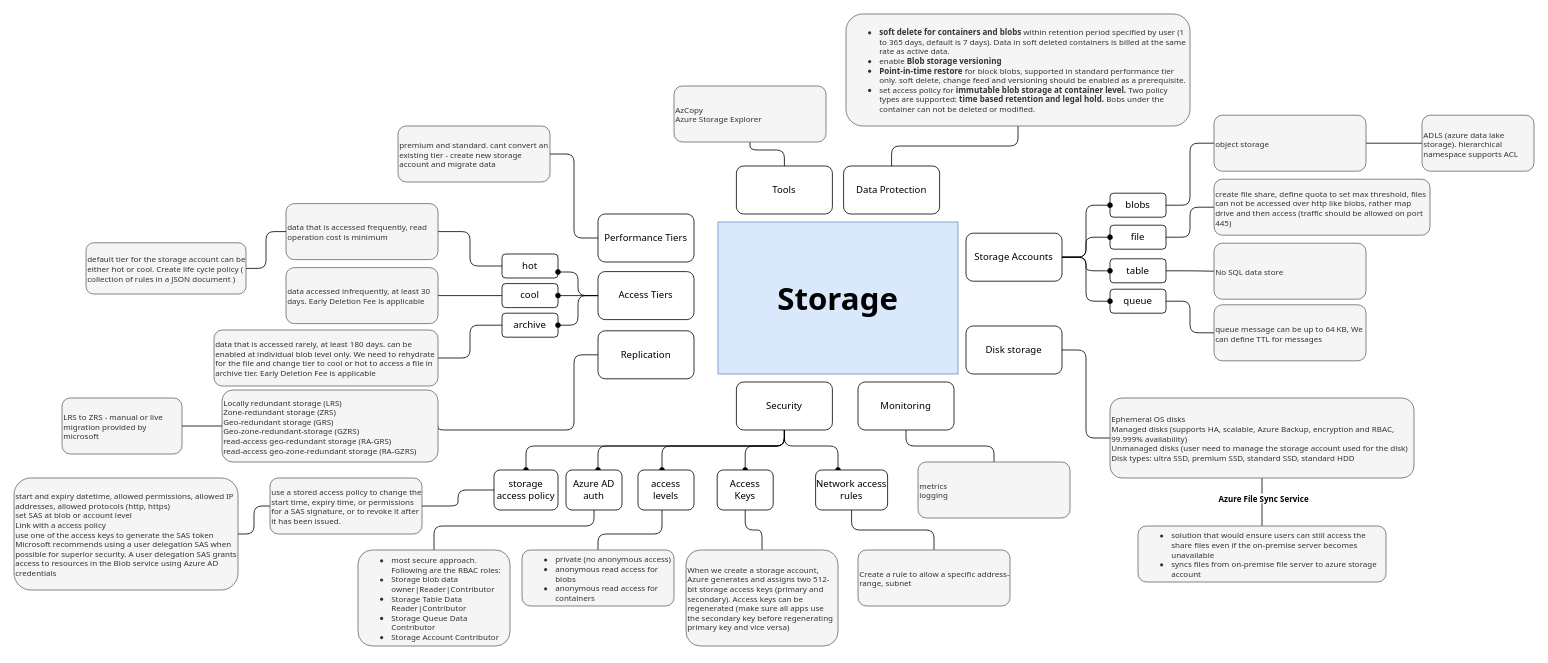
Above: page "Storage" (2 of 10) of GCP Mind Maps.drawio in kanchantewary/MindMaps (draw.io), before the change. Source tidied: cells renumbered, new cells numbered last; positions are measured from the earlier drawing's top-left corner, leaving out a move shared by most shapes. Both pictures are drawn from the tidied source at 80%, with x=0, y=0 at pixel (14, 14).
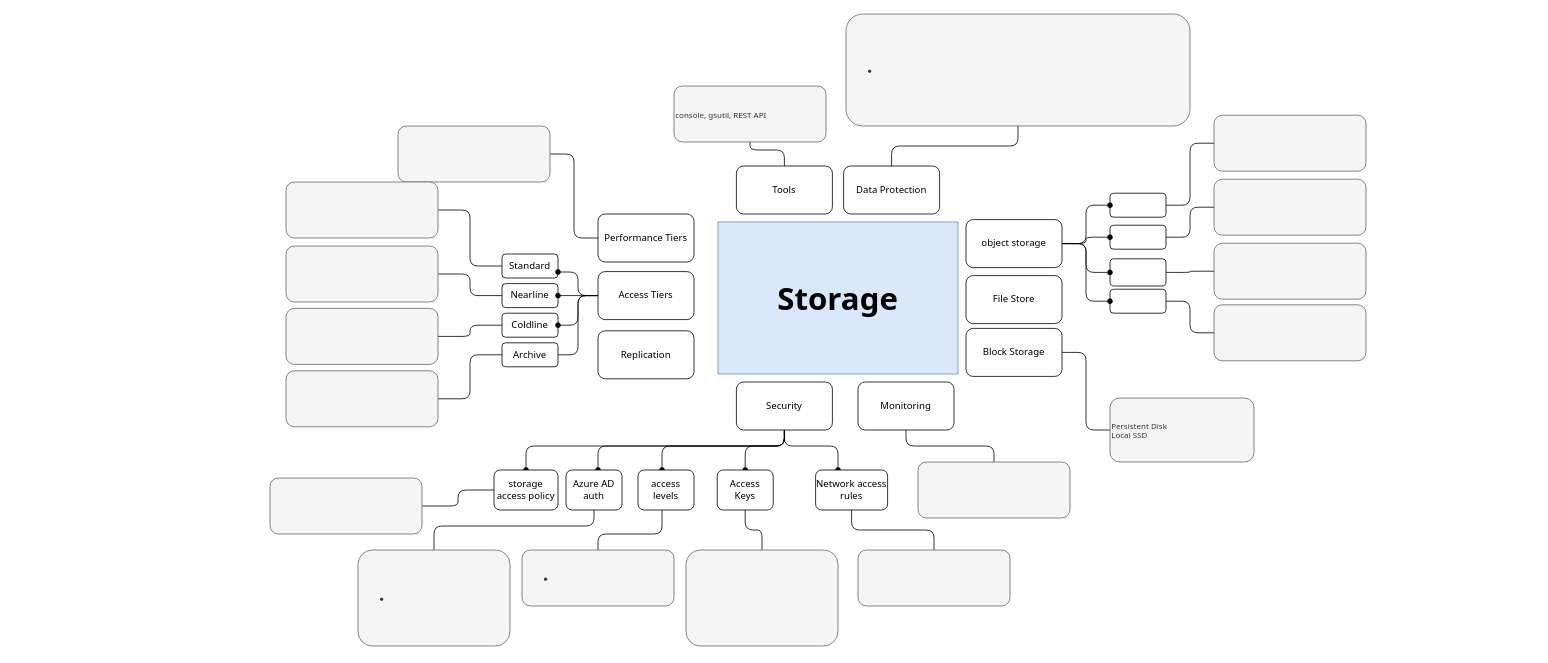
After the change.

Unchanged cells that the change refers to:
```xml
<mxCell id="36" value="Replication" style="rounded=1;whiteSpace=wrap;html=1;fontFamily=Tahoma;" parent="1" vertex="1">
  <mxGeometry x="730" y="396" width="120" height="60" as="geometry" />
</mxCell>
<mxCell id="40" value="Access Tiers" style="rounded=1;whiteSpace=wrap;html=1;fontFamily=Tahoma;" parent="1" vertex="1">
  <mxGeometry x="730" y="322" width="120" height="60" as="geometry" />
</mxCell>
```

The edit, as a diff of the source:
```diff
@@
-    <mxCell id="3" value="hot" style="rounded=1;whiteSpace=wrap;html=1;fontFamily=Tahoma;" parent="1" vertex="1">
+    <mxCell id="3" value="Standard" style="rounded=1;whiteSpace=wrap;html=1;fontFamily=Tahoma;" parent="1" vertex="1">
       <mxGeometry x="610" y="300" width="70" height="30" as="geometry" />
     </mxCell>
@@
-    <mxCell id="5" value="cool" style="rounded=1;whiteSpace=wrap;html=1;fontFamily=Tahoma;" parent="1" vertex="1">
+    <mxCell id="5" value="Nearline" style="rounded=1;whiteSpace=wrap;html=1;fontFamily=Tahoma;" parent="1" vertex="1">
       <mxGeometry x="610" y="337" width="70" height="30" as="geometry" />
     </mxCell>
@@
-    <mxCell id="7" value="archive" style="rounded=1;whiteSpace=wrap;html=1;fontFamily=Tahoma;" parent="1" vertex="1">
+    <mxCell id="7" value="Coldline" style="rounded=1;whiteSpace=wrap;html=1;fontFamily=Tahoma;" parent="1" vertex="1">
       <mxGeometry x="610" y="374" width="70" height="30" as="geometry" />
     </mxCell>
@@
-    <mxCell id="9" value="table" style="rounded=1;whiteSpace=wrap;html=1;fontFamily=Tahoma;" parent="1" vertex="1">
-      <mxGeometry x="1370" y="306" width="70" height="30" as="geometry" />
+    <mxCell id="9" style="rounded=1;whiteSpace=wrap;html=1;fontFamily=Tahoma;" parent="1" vertex="1">
+      <mxGeometry x="1370" y="306" width="70" height="34" as="geometry" />
     </mxCell>
@@
-    <mxCell id="11" value="file" style="rounded=1;whiteSpace=wrap;html=1;fontFamily=Tahoma;" parent="1" vertex="1">
+    <mxCell id="11" style="rounded=1;whiteSpace=wrap;html=1;fontFamily=Tahoma;" parent="1" vertex="1">
       <mxGeometry x="1370" y="264" width="70" height="30" as="geometry" />
     </mxCell>
@@
-    <mxCell id="13" value="blobs" style="rounded=1;whiteSpace=wrap;html=1;fontFamily=Tahoma;" parent="1" vertex="1">
+    <mxCell id="13" style="rounded=1;whiteSpace=wrap;html=1;fontFamily=Tahoma;" parent="1" vertex="1">
       <mxGeometry x="1370" y="224" width="70" height="30" as="geometry" />
     </mxCell>
@@
-    <mxCell id="15" value="queue" style="rounded=1;whiteSpace=wrap;html=1;fontFamily=Tahoma;" parent="1" vertex="1">
+    <mxCell id="15" style="rounded=1;whiteSpace=wrap;html=1;fontFamily=Tahoma;" parent="1" vertex="1">
       <mxGeometry x="1370" y="344" width="70" height="30" as="geometry" />
     </mxCell>
@@
-    <mxCell id="17" value="Disk storage" style="rounded=1;whiteSpace=wrap;html=1;fontFamily=Tahoma;" parent="1" vertex="1">
-      <mxGeometry x="1190" y="390" width="120" height="60" as="geometry" />
+    <mxCell id="17" value="Block Storage" style="rounded=1;whiteSpace=wrap;html=1;fontFamily=Tahoma;" parent="1" vertex="1">
+      <mxGeometry x="1190" y="393" width="120" height="60" as="geometry" />
     </mxCell>
@@
-    <mxCell id="24" value="Storage Accounts" style="rounded=1;whiteSpace=wrap;html=1;fontFamily=Tahoma;" parent="1" vertex="1">
-      <mxGeometry x="1190" y="274" width="120" height="60" as="geometry" />
+    <mxCell id="24" value="object storage" style="rounded=1;whiteSpace=wrap;html=1;fontFamily=Tahoma;" parent="1" vertex="1">
+      <mxGeometry x="1190" y="257" width="120" height="60" as="geometry" />
     </mxCell>
@@
-    <mxCell id="35" style="edgeStyle=orthogonalEdgeStyle;rounded=1;jettySize=auto;html=1;entryX=1;entryY=0.5;entryDx=0;entryDy=0;fontFamily=Tahoma;fontSize=10;endArrow=none;endFill=0;" parent="1" edge="1" source="36" target="75">
-      <mxGeometry relative="1" as="geometry">
-        <Array as="points">
-          <mxPoint x="700" y="426" />
-          <mxPoint x="700" y="520" />
-          <mxPoint x="530" y="520" />
-        </Array>
-      </mxGeometry>
-    </mxCell>
@@
+    <mxCell id="83" style="edgeStyle=orthogonalEdgeStyle;rounded=1;jettySize=auto;html=1;entryX=1;entryY=0.5;entryDx=0;entryDy=0;fontFamily=Tahoma;fontSize=10;endArrow=none;endFill=0;" parent="1" edge="1" source="40" target="86">
+      <mxGeometry relative="1" as="geometry" />
+    </mxCell>
@@
-    <mxCell id="54" value="&lt;ul&gt;&lt;li&gt;private (no anonymous access)&lt;/li&gt;&lt;li&gt;anonymous read access for blobs&lt;/li&gt;&lt;li&gt;anonymous read access for containers&lt;/li&gt;&lt;/ul&gt;" style="text;html=1;strokeColor=#666666;fillColor=#f5f5f5;align=left;verticalAlign=middle;whiteSpace=wrap;rounded=1;fontFamily=Tahoma;fontSize=10;fontColor=#333333;" parent="1" vertex="1">
+    <mxCell id="54" value="&lt;ul&gt;&lt;li&gt;&lt;br&gt;&lt;/li&gt;&lt;/ul&gt;" style="text;html=1;strokeColor=#666666;fillColor=#f5f5f5;align=left;verticalAlign=middle;whiteSpace=wrap;rounded=1;fontFamily=Tahoma;fontSize=10;fontColor=#333333;" parent="1" vertex="1">
       <mxGeometry x="635" y="670" width="190" height="70" as="geometry" />
     </mxCell>
-    <mxCell id="55" value="When we create a storage account, Azure generates and assigns two 512-bit storage access keys (primary and secondary). Access keys can be regenerated (make sure all apps use the secondary key before regenerating primary key and vice versa)&amp;nbsp;" style="text;html=1;strokeColor=#666666;fillColor=#f5f5f5;align=left;verticalAlign=middle;whiteSpace=wrap;rounded=1;fontFamily=Tahoma;fontSize=10;fontColor=#333333;" parent="1" vertex="1">
+    <mxCell id="55" style="text;html=1;strokeColor=#666666;fillColor=#f5f5f5;align=left;verticalAlign=middle;whiteSpace=wrap;rounded=1;fontFamily=Tahoma;fontSize=10;fontColor=#333333;" parent="1" vertex="1">
       <mxGeometry x="840" y="670" width="190" height="120" as="geometry" />
     </mxCell>
-    <mxCell id="56" value="Create a rule to allow a specific address-range, subnet" style="text;html=1;strokeColor=#666666;fillColor=#f5f5f5;align=left;verticalAlign=middle;whiteSpace=wrap;rounded=1;fontFamily=Tahoma;fontSize=10;fontColor=#333333;" parent="1" vertex="1">
+    <mxCell id="56" style="text;html=1;strokeColor=#666666;fillColor=#f5f5f5;align=left;verticalAlign=middle;whiteSpace=wrap;rounded=1;fontFamily=Tahoma;fontSize=10;fontColor=#333333;" parent="1" vertex="1">
       <mxGeometry x="1055" y="670" width="190" height="70" as="geometry" />
     </mxCell>
-    <mxCell id="57" value="metrics&lt;br&gt;logging" style="text;html=1;strokeColor=#666666;fillColor=#f5f5f5;align=left;verticalAlign=middle;whiteSpace=wrap;rounded=1;fontFamily=Tahoma;fontSize=10;fontColor=#333333;" parent="1" vertex="1">
+    <mxCell id="57" style="text;html=1;strokeColor=#666666;fillColor=#f5f5f5;align=left;verticalAlign=middle;whiteSpace=wrap;rounded=1;fontFamily=Tahoma;fontSize=10;fontColor=#333333;" parent="1" vertex="1">
       <mxGeometry x="1130" y="560" width="190" height="70" as="geometry" />
     </mxCell>
-    <mxCell id="58" style="edgeStyle=orthogonalEdgeStyle;rounded=1;jettySize=auto;html=1;fontFamily=Tahoma;fontSize=10;endArrow=none;endFill=0;" parent="1" edge="1" source="60" target="80">
-      <mxGeometry relative="1" as="geometry" />
-    </mxCell>
-    <mxCell id="59" value="&lt;strong&gt;Azure File Sync Service&lt;/strong&gt;" style="edgeLabel;html=1;align=center;verticalAlign=middle;fontSize=10;fontFamily=Tahoma;" parent="58" vertex="1">
-      <mxGeometry x="-0.2" y="1" relative="1" as="geometry" />
-    </mxCell>
-    <mxCell id="60" value="&lt;div&gt;Ephemeral OS disks&lt;/div&gt;&lt;div&gt;Managed disks (supports HA, scalable, Azure Backup, encryption and RBAC, 99.999% availability)&lt;/div&gt;&lt;div&gt;Unmanaged disks (user need to manage the storage account used for the disk)&lt;/div&gt;&lt;div&gt;Disk types: ultra SSD, premium SSD, standard SSD, standard HDD&lt;/div&gt;" style="text;html=1;strokeColor=#666666;fillColor=#f5f5f5;align=left;verticalAlign=middle;whiteSpace=wrap;rounded=1;fontFamily=Tahoma;fontSize=10;fontColor=#333333;" parent="1" vertex="1">
-      <mxGeometry x="1370" y="480" width="380" height="100" as="geometry" />
+    <mxCell id="60" value="Persistent Disk&lt;br&gt;Local SSD" style="text;html=1;strokeColor=#666666;fillColor=#f5f5f5;align=left;verticalAlign=middle;whiteSpace=wrap;rounded=1;fontFamily=Tahoma;fontSize=10;fontColor=#333333;" parent="1" vertex="1">
+      <mxGeometry x="1370" y="480" width="180" height="80" as="geometry" />
     </mxCell>
-    <mxCell id="61" value="No SQL data store" style="text;html=1;strokeColor=#666666;fillColor=#f5f5f5;align=left;verticalAlign=middle;whiteSpace=wrap;rounded=1;fontFamily=Tahoma;fontSize=10;fontColor=#333333;" parent="1" vertex="1">
+    <mxCell id="61" style="text;html=1;strokeColor=#666666;fillColor=#f5f5f5;align=left;verticalAlign=middle;whiteSpace=wrap;rounded=1;fontFamily=Tahoma;fontSize=10;fontColor=#333333;" parent="1" vertex="1">
       <mxGeometry x="1500" y="286.5" width="190" height="70" as="geometry" />
     </mxCell>
-    <mxCell id="62" value="&lt;div&gt;create file share, define quota to set max threshold,&amp;nbsp;&lt;span&gt;files can not be accessed over http like blobs, rather map drive and then access (traffic should be allowed on port 445)&lt;/span&gt;&lt;/div&gt;" style="text;html=1;strokeColor=#666666;fillColor=#f5f5f5;align=left;verticalAlign=middle;whiteSpace=wrap;rounded=1;fontFamily=Tahoma;fontSize=10;fontColor=#333333;" parent="1" vertex="1">
-      <mxGeometry x="1500" y="206.5" width="270" height="70" as="geometry" />
+    <mxCell id="62" style="text;html=1;strokeColor=#666666;fillColor=#f5f5f5;align=left;verticalAlign=middle;whiteSpace=wrap;rounded=1;fontFamily=Tahoma;fontSize=10;fontColor=#333333;" parent="1" vertex="1">
+      <mxGeometry x="1500" y="206.5" width="190" height="70" as="geometry" />
     </mxCell>
-    <mxCell id="63" style="edgeStyle=orthogonalEdgeStyle;rounded=1;jettySize=auto;html=1;fontFamily=Tahoma;fontSize=10;endArrow=none;endFill=0;" parent="1" edge="1" source="64" target="81">
-      <mxGeometry relative="1" as="geometry" />
-    </mxCell>
-    <mxCell id="64" value="object storage" style="text;html=1;strokeColor=#666666;fillColor=#f5f5f5;align=left;verticalAlign=middle;whiteSpace=wrap;rounded=1;fontFamily=Tahoma;fontSize=10;fontColor=#333333;" parent="1" vertex="1">
+    <mxCell id="64" style="text;html=1;strokeColor=#666666;fillColor=#f5f5f5;align=left;verticalAlign=middle;whiteSpace=wrap;rounded=1;fontFamily=Tahoma;fontSize=10;fontColor=#333333;" parent="1" vertex="1">
       <mxGeometry x="1500" y="126.5" width="190" height="70" as="geometry" />
     </mxCell>
-    <mxCell id="65" value="premium and standard.&amp;nbsp;&lt;span&gt;cant convert an existing tier - create&amp;nbsp;&lt;/span&gt;&lt;span&gt;new storage account and migrate data&lt;/span&gt;&lt;span&gt;&lt;br&gt;&lt;/span&gt;" style="text;html=1;strokeColor=#666666;fillColor=#f5f5f5;align=left;verticalAlign=middle;whiteSpace=wrap;rounded=1;fontFamily=Tahoma;fontSize=10;fontColor=#333333;" parent="1" vertex="1">
+    <mxCell id="65" value="&lt;span&gt;&lt;br&gt;&lt;/span&gt;" style="text;html=1;strokeColor=#666666;fillColor=#f5f5f5;align=left;verticalAlign=middle;whiteSpace=wrap;rounded=1;fontFamily=Tahoma;fontSize=10;fontColor=#333333;" parent="1" vertex="1">
       <mxGeometry x="480" y="140" width="190" height="70" as="geometry" />
     </mxCell>
-    <mxCell id="66" value="data that is accessed frequently, read operation cost is minimum" style="text;html=1;strokeColor=#666666;fillColor=#f5f5f5;align=left;verticalAlign=middle;whiteSpace=wrap;rounded=1;fontFamily=Tahoma;fontSize=10;fontColor=#333333;" parent="1" vertex="1">
-      <mxGeometry x="340" y="237" width="190" height="70" as="geometry" />
+    <mxCell id="66" style="text;html=1;strokeColor=#666666;fillColor=#f5f5f5;align=left;verticalAlign=middle;whiteSpace=wrap;rounded=1;fontFamily=Tahoma;fontSize=10;fontColor=#333333;" parent="1" vertex="1">
+      <mxGeometry x="340" y="210" width="190" height="70" as="geometry" />
     </mxCell>
-    <mxCell id="67" value="data accessed infrequently, at least 30 days.&amp;nbsp;Early Deletion Fee is applicable" style="text;html=1;strokeColor=#666666;fillColor=#f5f5f5;align=left;verticalAlign=middle;whiteSpace=wrap;rounded=1;fontFamily=Tahoma;fontSize=10;fontColor=#333333;" parent="1" vertex="1">
-      <mxGeometry x="340" y="317" width="190" height="70" as="geometry" />
+    <mxCell id="67" style="text;html=1;strokeColor=#666666;fillColor=#f5f5f5;align=left;verticalAlign=middle;whiteSpace=wrap;rounded=1;fontFamily=Tahoma;fontSize=10;fontColor=#333333;" parent="1" vertex="1">
+      <mxGeometry x="340" y="290" width="190" height="70" as="geometry" />
     </mxCell>
-    <mxCell id="68" value="data that is accessed rarely, at least 180 days. can be enabled at individual blob level only. We need to rehydrate for the file and change tier to cool or hot to access a file in archive tier.&amp;nbsp;Early Deletion Fee is applicable" style="text;html=1;strokeColor=#666666;fillColor=#f5f5f5;align=left;verticalAlign=middle;whiteSpace=wrap;rounded=1;fontFamily=Tahoma;fontSize=10;fontColor=#333333;" parent="1" vertex="1">
-      <mxGeometry x="250" y="395" width="280" height="70" as="geometry" />
+    <mxCell id="68" style="text;html=1;strokeColor=#666666;fillColor=#f5f5f5;align=left;verticalAlign=middle;whiteSpace=wrap;rounded=1;fontFamily=Tahoma;fontSize=10;fontColor=#333333;" parent="1" vertex="1">
+      <mxGeometry x="340" y="368" width="190" height="70" as="geometry" />
     </mxCell>
-    <mxCell id="69" value="AzCopy&lt;br&gt;Azure Storage Explorer" style="text;html=1;strokeColor=#666666;fillColor=#f5f5f5;align=left;verticalAlign=middle;whiteSpace=wrap;rounded=1;fontFamily=Tahoma;fontSize=10;fontColor=#333333;" parent="1" vertex="1">
+    <mxCell id="69" value="console, gsutil, REST API" style="text;html=1;strokeColor=#666666;fillColor=#f5f5f5;align=left;verticalAlign=middle;whiteSpace=wrap;rounded=1;fontFamily=Tahoma;fontSize=10;fontColor=#333333;" parent="1" vertex="1">
       <mxGeometry x="825" y="90" width="190" height="70" as="geometry" />
     </mxCell>
-    <mxCell id="70" style="edgeStyle=orthogonalEdgeStyle;rounded=1;jettySize=auto;html=1;fontFamily=Tahoma;fontSize=10;endArrow=none;endFill=0;" parent="1" edge="1" source="71" target="82">
-      <mxGeometry relative="1" as="geometry" />
-    </mxCell>
-    <mxCell id="71" value="use a stored access policy to change the start time, expiry time, or permissions for a SAS signature, or to revoke it after it has been issued." style="text;html=1;strokeColor=#666666;fillColor=#f5f5f5;align=left;verticalAlign=middle;whiteSpace=wrap;rounded=1;fontFamily=Tahoma;fontSize=10;fontColor=#333333;" parent="1" vertex="1">
+    <mxCell id="71" style="text;html=1;strokeColor=#666666;fillColor=#f5f5f5;align=left;verticalAlign=middle;whiteSpace=wrap;rounded=1;fontFamily=Tahoma;fontSize=10;fontColor=#333333;" parent="1" vertex="1">
       <mxGeometry x="320" y="580" width="190" height="70" as="geometry" />
     </mxCell>
-    <mxCell id="72" value="&lt;ul&gt;&lt;li&gt;most secure approach. Following are the RBAC roles:&lt;/li&gt;&lt;li&gt;Storage blob data owner|Reader|Contributor&lt;/li&gt;&lt;li&gt;Storage Table Data Reader|Contributor&lt;/li&gt;&lt;li&gt;Storage Queue Data Contributor&lt;/li&gt;&lt;li&gt;Storage Account Contributor&lt;/li&gt;&lt;/ul&gt;" style="text;html=1;strokeColor=#666666;fillColor=#f5f5f5;align=left;verticalAlign=middle;whiteSpace=wrap;rounded=1;fontFamily=Tahoma;fontSize=10;fontColor=#333333;" parent="1" vertex="1">
+    <mxCell id="72" value="&lt;ul&gt;&lt;li&gt;&lt;br&gt;&lt;/li&gt;&lt;/ul&gt;" style="text;html=1;strokeColor=#666666;fillColor=#f5f5f5;align=left;verticalAlign=middle;whiteSpace=wrap;rounded=1;fontFamily=Tahoma;fontSize=10;fontColor=#333333;" parent="1" vertex="1">
       <mxGeometry x="430" y="670" width="190" height="120" as="geometry" />
     </mxCell>
-    <mxCell id="73" value="queue message can be up to 64 KB, We can define TTL for messages" style="text;html=1;strokeColor=#666666;fillColor=#f5f5f5;align=left;verticalAlign=middle;whiteSpace=wrap;rounded=1;fontFamily=Tahoma;fontSize=10;fontColor=#333333;" parent="1" vertex="1">
+    <mxCell id="73" style="text;html=1;strokeColor=#666666;fillColor=#f5f5f5;align=left;verticalAlign=middle;whiteSpace=wrap;rounded=1;fontFamily=Tahoma;fontSize=10;fontColor=#333333;" parent="1" vertex="1">
       <mxGeometry x="1500" y="363.5" width="190" height="70" as="geometry" />
     </mxCell>
-    <mxCell id="74" value="&lt;ul&gt;&lt;li&gt;&lt;strong&gt;soft delete for containers and blobs&lt;/strong&gt; within retention period specified by user (1 to 365 days, default is 7 days). Data in soft deleted containers is billed at the same rate as active data.&lt;/li&gt;&lt;li&gt;enable &lt;strong&gt;Blob storage versioning&lt;/strong&gt;&lt;/li&gt;&lt;li&gt;&lt;strong&gt;Point-in-time restore&lt;/strong&gt; for block blobs, supported in standard performance tier only. soft delete, change feed and versioning should be enabled as a prerequisite.&lt;/li&gt;&lt;li&gt;set access policy for &lt;strong&gt;immutable blob storage at container level. &lt;/strong&gt;Two policy types are supported: &lt;strong&gt;time based retention and legal hold. &lt;/strong&gt;Bobs under the container can not be deleted or modified.&lt;/li&gt;&lt;/ul&gt;" style="text;html=1;strokeColor=#666666;fillColor=#f5f5f5;align=left;verticalAlign=middle;whiteSpace=wrap;rounded=1;fontFamily=Tahoma;fontSize=10;fontColor=#333333;" parent="1" vertex="1">
+    <mxCell id="74" value="&lt;ul&gt;&lt;li&gt;&lt;br&gt;&lt;/li&gt;&lt;/ul&gt;" style="text;html=1;strokeColor=#666666;fillColor=#f5f5f5;align=left;verticalAlign=middle;whiteSpace=wrap;rounded=1;fontFamily=Tahoma;fontSize=10;fontColor=#333333;" parent="1" vertex="1">
       <mxGeometry x="1040" width="430" height="140" as="geometry" />
     </mxCell>
-    <mxCell id="75" value="&lt;div&gt;Locally redundant storage (LRS)&lt;/div&gt;&lt;div&gt;Zone-redundant storage (ZRS)&lt;/div&gt;&lt;div&gt;Geo-redundant storage (GRS)&lt;/div&gt;&lt;div&gt;Geo-zone-redundant-storage (GZRS)&lt;/div&gt;&lt;div&gt;read-access geo-redundant storage (RA-GRS)&lt;/div&gt;&lt;div&gt;read-access geo-zone-redundant storage (RA-GZRS)&lt;/div&gt;" style="text;html=1;strokeColor=#666666;fillColor=#f5f5f5;align=left;verticalAlign=middle;whiteSpace=wrap;rounded=1;fontFamily=Tahoma;fontSize=10;fontColor=#333333;" parent="1" vertex="1">
-      <mxGeometry x="260" y="470" width="270" height="90" as="geometry" />
-    </mxCell>
-    <mxCell id="76" style="edgeStyle=orthogonalEdgeStyle;rounded=1;jettySize=auto;html=1;fontFamily=Tahoma;fontSize=10;endArrow=none;endFill=0;" parent="1" edge="1" source="77" target="75">
-      <mxGeometry relative="1" as="geometry" />
-    </mxCell>
-    <mxCell id="77" value="LRS to ZRS - manual or live migration provided by microsoft&lt;br&gt;" style="text;html=1;strokeColor=#666666;fillColor=#f5f5f5;align=left;verticalAlign=middle;whiteSpace=wrap;rounded=1;fontFamily=Tahoma;fontSize=10;fontColor=#333333;" parent="1" vertex="1">
-      <mxGeometry x="60" y="480" width="150" height="70" as="geometry" />
-    </mxCell>
-    <mxCell id="78" style="edgeStyle=orthogonalEdgeStyle;rounded=1;jettySize=auto;html=1;fontFamily=Tahoma;fontSize=10;endArrow=none;endFill=0;" parent="1" edge="1" source="79" target="66">
-      <mxGeometry relative="1" as="geometry" />
-    </mxCell>
-    <mxCell id="79" value="default tier for the storage account can be either hot or cool. Create life cycle policy ( collection of rules in a JSON document )" style="text;html=1;strokeColor=#666666;fillColor=#f5f5f5;align=left;verticalAlign=middle;whiteSpace=wrap;rounded=1;fontFamily=Tahoma;fontSize=10;fontColor=#333333;" parent="1" vertex="1">
-      <mxGeometry x="90" y="286" width="200" height="64" as="geometry" />
-    </mxCell>
-    <mxCell id="80" value="&lt;ul&gt;&lt;li&gt;solution that would ensure users can still access the share files even if the on-premise server becomes unavailable&lt;/li&gt;&lt;li&gt;syncs files from on-premise file server to azure storage account&lt;/li&gt;&lt;/ul&gt;" style="text;html=1;strokeColor=#666666;fillColor=#f5f5f5;align=left;verticalAlign=middle;whiteSpace=wrap;rounded=1;fontFamily=Tahoma;fontSize=10;fontColor=#333333;" parent="1" vertex="1">
-      <mxGeometry x="1405" y="640" width="310" height="70" as="geometry" />
-    </mxCell>
-    <mxCell id="81" value="ADLS (azure data lake storage).&amp;nbsp;&lt;span&gt;hierarchical namespace&amp;nbsp;&lt;/span&gt;&lt;span&gt;supports ACL&lt;/span&gt;&lt;span&gt;&lt;br&gt;&lt;/span&gt;" style="text;html=1;strokeColor=#666666;fillColor=#f5f5f5;align=left;verticalAlign=middle;whiteSpace=wrap;rounded=1;fontFamily=Tahoma;fontSize=10;fontColor=#333333;" parent="1" vertex="1">
-      <mxGeometry x="1760" y="126.5" width="140" height="70" as="geometry" />
-    </mxCell>
-    <mxCell id="82" value="&lt;div&gt;&lt;div&gt;start and expiry datetime, allowed permissions, allowed IP addresses, allowed protocols (http, https)&lt;/div&gt;&lt;div&gt;set SAS at blob or account level&lt;/div&gt;&lt;div&gt;Link with a access policy&lt;/div&gt;&lt;div&gt;use one of the access keys to generate the SAS token&lt;/div&gt;&lt;div&gt;Microsoft recommends using a user delegation SAS when possible for superior security. A user delegation SAS grants access to resources in the Blob service using Azure AD credentials&lt;/div&gt;&lt;/div&gt;" style="rounded=1;whiteSpace=wrap;html=1;fontFamily=Tahoma;fontSize=10;align=left;fillColor=#f5f5f5;fontColor=#333333;strokeColor=#666666;" parent="1" vertex="1">
-      <mxGeometry y="580" width="280" height="140" as="geometry" />
-    </mxCell>
+    <mxCell id="84" value="File Store" style="rounded=1;whiteSpace=wrap;html=1;fontFamily=Tahoma;" parent="1" vertex="1">
+      <mxGeometry x="1190" y="327" width="120" height="60" as="geometry" />
+    </mxCell>
+    <mxCell id="85" style="edgeStyle=orthogonalEdgeStyle;rounded=1;jettySize=auto;html=1;entryX=1;entryY=0.5;entryDx=0;entryDy=0;fontFamily=Tahoma;fontSize=10;endArrow=none;endFill=0;" parent="1" edge="1" source="86" target="87">
+      <mxGeometry relative="1" as="geometry" />
+    </mxCell>
+    <mxCell id="86" value="Archive" style="rounded=1;whiteSpace=wrap;html=1;fontFamily=Tahoma;" parent="1" vertex="1">
+      <mxGeometry x="610" y="411" width="70" height="30" as="geometry" />
+    </mxCell>
+    <mxCell id="87" style="text;html=1;strokeColor=#666666;fillColor=#f5f5f5;align=left;verticalAlign=middle;whiteSpace=wrap;rounded=1;fontFamily=Tahoma;fontSize=10;fontColor=#333333;" parent="1" vertex="1">
+      <mxGeometry x="340" y="446" width="190" height="70" as="geometry" />
+    </mxCell>
```
